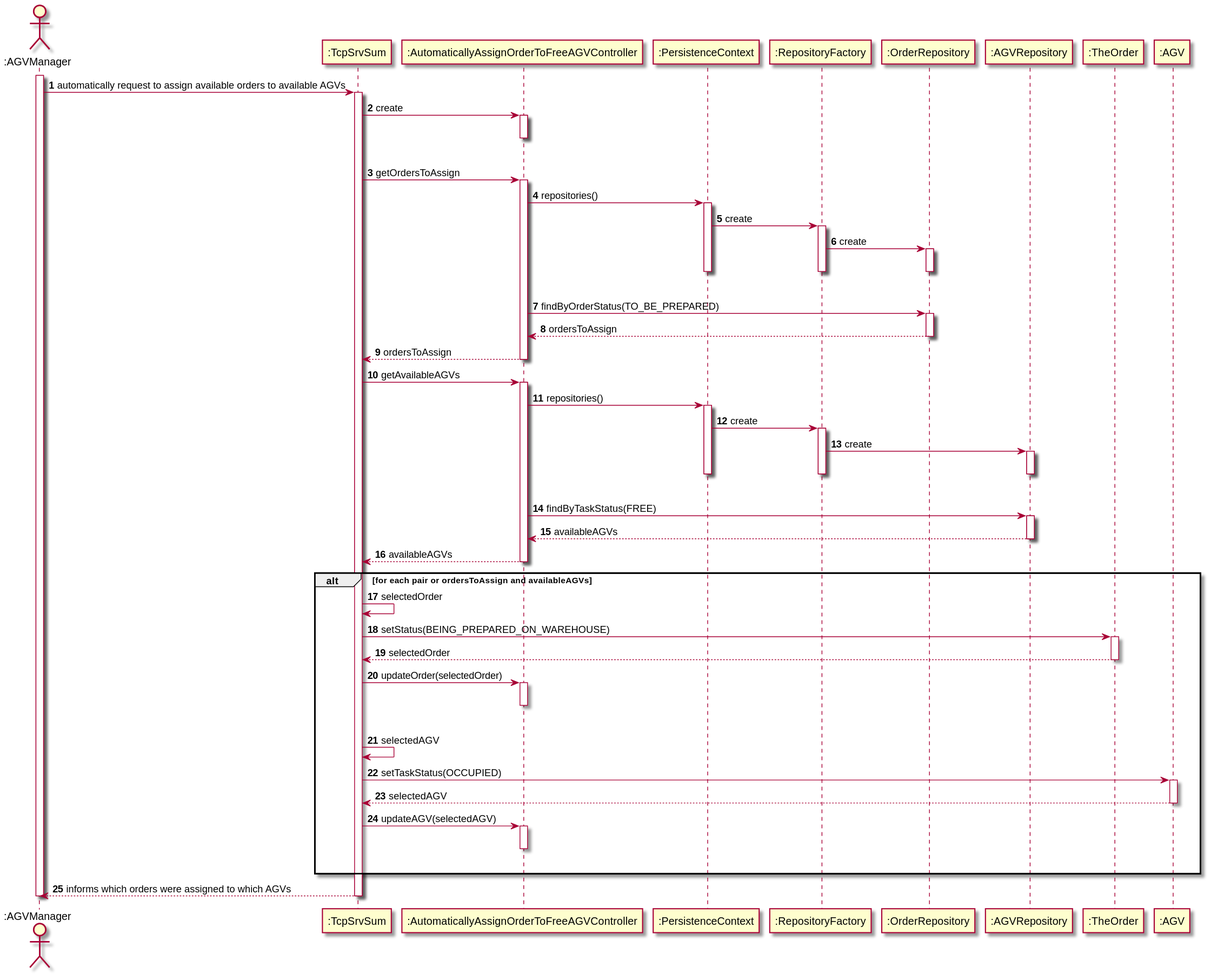
Above: docs/1201592/US4002/US_4002_SD.svg in ana-albergaria/LAPR4-ISEP (PlantUML), before the change.
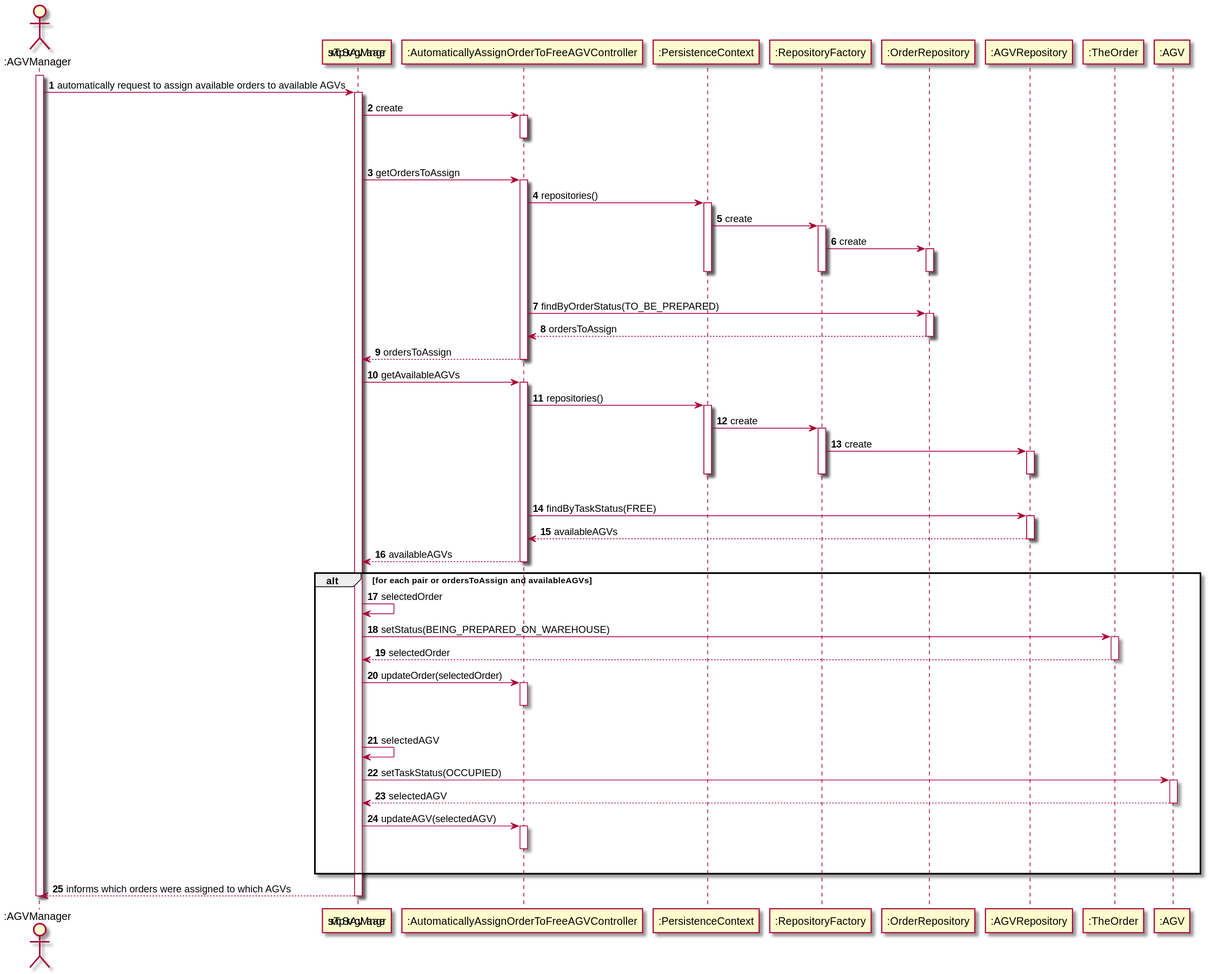
Above is the later version.

The edit, as a diff of the source:
```diff
@@ -3,7 +3,7 @@
 autonumber
 
 Actor ":AGVManager" as AGVM
-participant ":TcpSrvSum" as UI
+participant ":srv.TcpSrvAgvManager" as UI
 participant ":AutomaticallyAssignOrderToFreeAGVController" as CTRL
 participant ":PersistenceContext" as Persistance
 participant ":RepositoryFactory" as Factory
```
